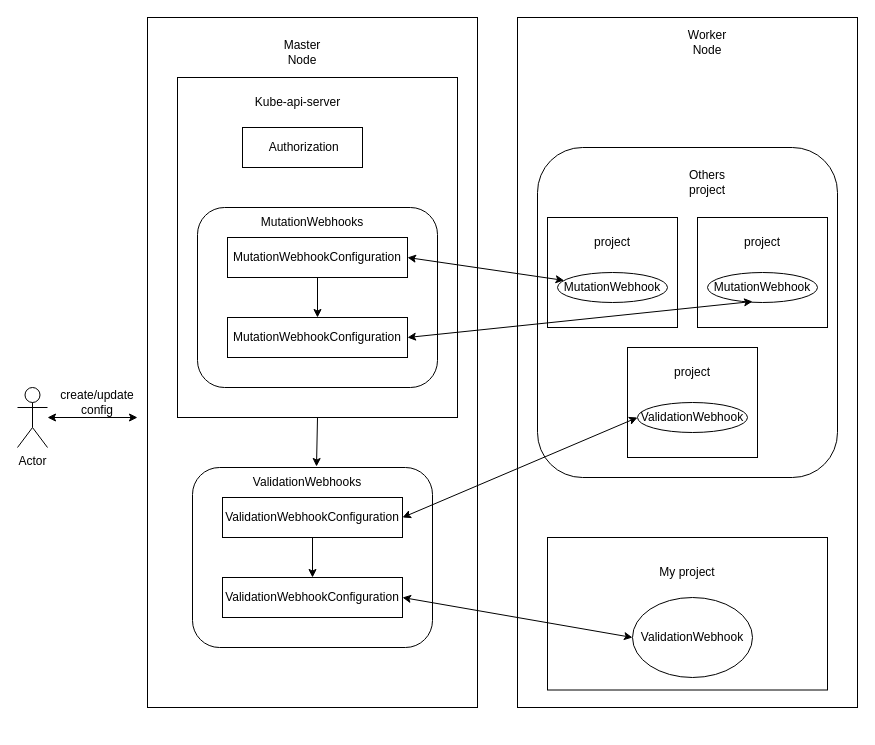
The draw.io diagram Untitled Diagram.drawio in Tiger20111/blockchain, before the edit. Source tidied: cells renumbered, new cells numbered last; positions are measured from the earlier drawing's top-left corner, leaving out a move shared by most shapes. Both pictures are drawn from the tidied source at 100%, with x=0, y=0 at pixel (17, 17).
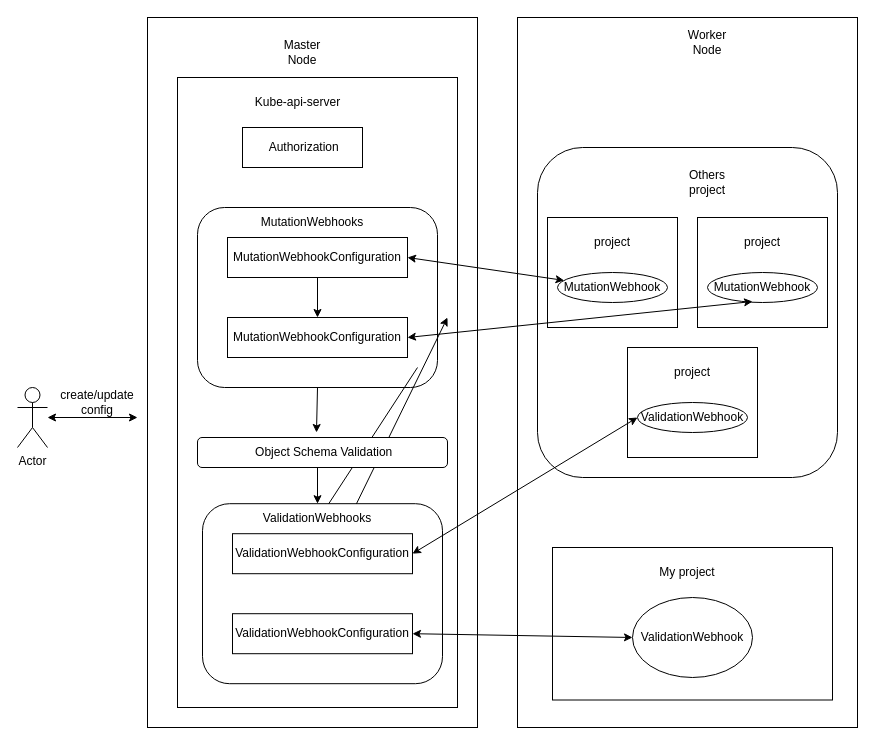
The same diagram, later.

Unchanged cells that the change refers to:
```xml
<mxCell id="11" style="rounded=1;whiteSpace=wrap;html=1;" parent="1" vertex="1">
  <mxGeometry x="180" y="190" width="240" height="180" as="geometry" />
</mxCell>
<mxCell id="33" value="ValidationWebhook" style="ellipse;whiteSpace=wrap;html=1;" parent="1" vertex="1">
  <mxGeometry x="615" y="580" width="120" height="80" as="geometry" />
</mxCell>
<mxCell id="35" value="ValidationWebhook" style="ellipse;whiteSpace=wrap;html=1;" parent="1" vertex="1">
  <mxGeometry x="620" y="385" width="110" height="30" as="geometry" />
</mxCell>
```

Change to the diagram source:
```diff
@@
     <mxCell id="3" style="rounded=0;whiteSpace=wrap;html=1;" parent="1" vertex="1">
-      <mxGeometry x="130" width="330" height="690" as="geometry" />
+      <mxGeometry x="130" width="330" height="710" as="geometry" />
     </mxCell>
@@
     <mxCell id="5" style="rounded=0;whiteSpace=wrap;html=1;" parent="1" vertex="1">
-      <mxGeometry x="160" y="60" width="280" height="340" as="geometry" />
+      <mxGeometry x="160" y="60" width="280" height="630" as="geometry" />
     </mxCell>
@@
     <mxCell id="9" style="rounded=0;whiteSpace=wrap;html=1;" parent="1" vertex="1">
-      <mxGeometry x="500" width="340" height="690" as="geometry" />
+      <mxGeometry x="500" width="340" height="710" as="geometry" />
     </mxCell>
@@
-    <mxCell id="16" style="rounded=1;whiteSpace=wrap;html=1;" parent="1" vertex="1">
-      <mxGeometry x="175" y="450" width="240" height="180" as="geometry" />
-    </mxCell>
-    <mxCell id="17" value="ValidationWebhookConfiguration" style="rounded=0;whiteSpace=wrap;html=1;" parent="1" vertex="1">
-      <mxGeometry x="205" y="480" width="180" height="40" as="geometry" />
-    </mxCell>
-    <mxCell id="18" value="ValidationWebhooks" style="text;html=1;strokeColor=none;fillColor=none;align=center;verticalAlign=middle;whiteSpace=wrap;rounded=0;" parent="1" vertex="1">
-      <mxGeometry x="260" y="450" width="60" height="30" as="geometry" />
-    </mxCell>
-    <mxCell id="19" value="ValidationWebhookConfiguration" style="rounded=0;whiteSpace=wrap;html=1;" parent="1" vertex="1">
-      <mxGeometry x="205" y="560" width="180" height="40" as="geometry" />
-    </mxCell>
-    <mxCell id="20" style="endArrow=classic;html=1;rounded=0;exitX=0.5;exitY=1;exitDx=0;exitDy=0;entryX=0.65;entryY=-0.033;entryDx=0;entryDy=0;entryPerimeter=0;" parent="1" edge="1" source="5" target="18">
-      <mxGeometry relative="1" as="geometry" />
-    </mxCell>
@@
     <mxCell id="31" style="rounded=0;whiteSpace=wrap;html=1;" parent="1" vertex="1">
-      <mxGeometry x="530" y="520" width="280" height="152.5" as="geometry" />
+      <mxGeometry x="535" y="530" width="280" height="152.5" as="geometry" />
     </mxCell>
@@
-    <mxCell id="37" style="endArrow=classic;html=1;rounded=0;exitX=0.5;exitY=1;exitDx=0;exitDy=0;entryX=0.5;entryY=0;entryDx=0;entryDy=0;" parent="1" edge="1" source="17" target="19">
-      <mxGeometry relative="1" as="geometry" />
+    <mxCell id="37" style="endArrow=classic;html=1;rounded=0;exitX=0.5;exitY=1;exitDx=0;exitDy=0;entryX=0.5;entryY=0;entryDx=0;entryDy=0;" parent="1" edge="1">
+      <mxGeometry relative="1" as="geometry">
+        <mxPoint x="295" y="576.2" as="sourcePoint" />
+        <mxPoint x="430" y="300" as="targetPoint" />
+      </mxGeometry>
     </mxCell>
-    <mxCell id="38" style="endArrow=classic;startArrow=classic;html=1;rounded=0;exitX=1;exitY=0.5;exitDx=0;exitDy=0;entryX=0;entryY=0.5;entryDx=0;entryDy=0;" parent="1" edge="1" source="17" target="35">
-      <mxGeometry relative="1" as="geometry" />
-    </mxCell>
-    <mxCell id="39" style="endArrow=classic;startArrow=classic;html=1;rounded=0;exitX=1;exitY=0.5;exitDx=0;exitDy=0;entryX=0;entryY=0.5;entryDx=0;entryDy=0;" parent="1" edge="1" source="19" target="33">
-      <mxGeometry relative="1" as="geometry" />
-    </mxCell>
@@
+    <mxCell id="41" style="endArrow=classic;html=1;rounded=0;exitX=0.452;exitY=0.967;exitDx=0;exitDy=0;exitPerimeter=0;entryX=0.65;entryY=-0.042;entryDx=0;entryDy=0;entryPerimeter=0;" parent="1" edge="1">
+      <mxGeometry relative="1" as="geometry">
+        <mxPoint x="400" y="350" as="sourcePoint" />
+        <mxPoint x="299" y="505" as="targetPoint" />
+      </mxGeometry>
+    </mxCell>
+    <mxCell id="42" style="rounded=1;whiteSpace=wrap;html=1;" parent="1" vertex="1">
+      <mxGeometry x="185" y="486.2" width="240" height="180" as="geometry" />
+    </mxCell>
+    <mxCell id="43" value="ValidationWebhookConfiguration" style="rounded=0;whiteSpace=wrap;html=1;" parent="1" vertex="1">
+      <mxGeometry x="215" y="516.2" width="180" height="40" as="geometry" />
+    </mxCell>
+    <mxCell id="18" value="ValidationWebhooks" style="text;html=1;strokeColor=none;fillColor=none;align=center;verticalAlign=middle;whiteSpace=wrap;rounded=0;" parent="1" vertex="1">
+      <mxGeometry x="270" y="486.2" width="60" height="30" as="geometry" />
+    </mxCell>
+    <mxCell id="44" value="ValidationWebhookConfiguration" style="rounded=0;whiteSpace=wrap;html=1;" parent="1" vertex="1">
+      <mxGeometry x="215" y="596.2" width="180" height="40" as="geometry" />
+    </mxCell>
+    <mxCell id="45" value="&amp;nbsp;Object Schema Validation" style="rounded=1;whiteSpace=wrap;html=1;" parent="1" vertex="1">
+      <mxGeometry x="180" y="420" width="250" height="30" as="geometry" />
+    </mxCell>
+    <mxCell id="46" style="endArrow=classic;startArrow=classic;html=1;rounded=0;exitX=1;exitY=0.5;exitDx=0;exitDy=0;entryX=0;entryY=0.5;entryDx=0;entryDy=0;" parent="1" edge="1" source="43">
+      <mxGeometry relative="1" as="geometry">
+        <mxPoint x="620" y="400" as="targetPoint" />
+      </mxGeometry>
+    </mxCell>
+    <mxCell id="47" style="endArrow=classic;startArrow=classic;html=1;rounded=0;exitX=1;exitY=0.5;exitDx=0;exitDy=0;entryX=0;entryY=0.5;entryDx=0;entryDy=0;" parent="1" edge="1" source="44">
+      <mxGeometry relative="1" as="geometry">
+        <mxPoint x="615" y="620" as="targetPoint" />
+      </mxGeometry>
+    </mxCell>
+    <mxCell id="48" style="endArrow=classic;html=1;rounded=0;exitX=0.5;exitY=1;exitDx=0;exitDy=0;entryX=0.476;entryY=-0.167;entryDx=0;entryDy=0;entryPerimeter=0;" parent="1" edge="1" source="11" target="45">
+      <mxGeometry relative="1" as="geometry" />
+    </mxCell>
+    <mxCell id="49" style="endArrow=classic;html=1;rounded=0;entryX=0.5;entryY=0;entryDx=0;entryDy=0;" parent="1" edge="1" target="18">
+      <mxGeometry relative="1" as="geometry">
+        <mxPoint x="300" y="450" as="sourcePoint" />
+      </mxGeometry>
+    </mxCell>
```
